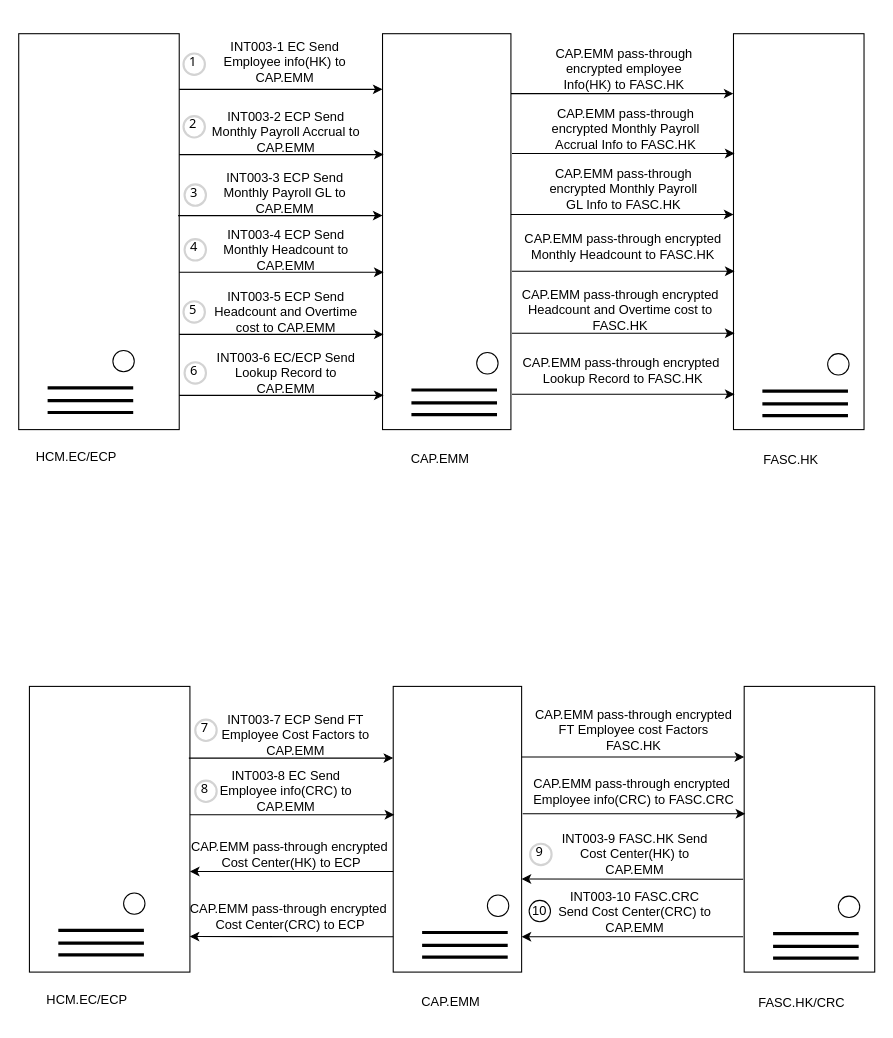
This is page "FASC" (13 of 19) of Untitled Diagram.drawio from wsxad234/flowchart, a draw.io file, before an edit. Source tidied: cells renumbered, new cells numbered last; positions are measured from the earlier drawing's top-left corner, leaving out a move shared by most shapes. Both pictures are drawn from the tidied source at 107%, with x=0, y=0 at pixel (18, 18).
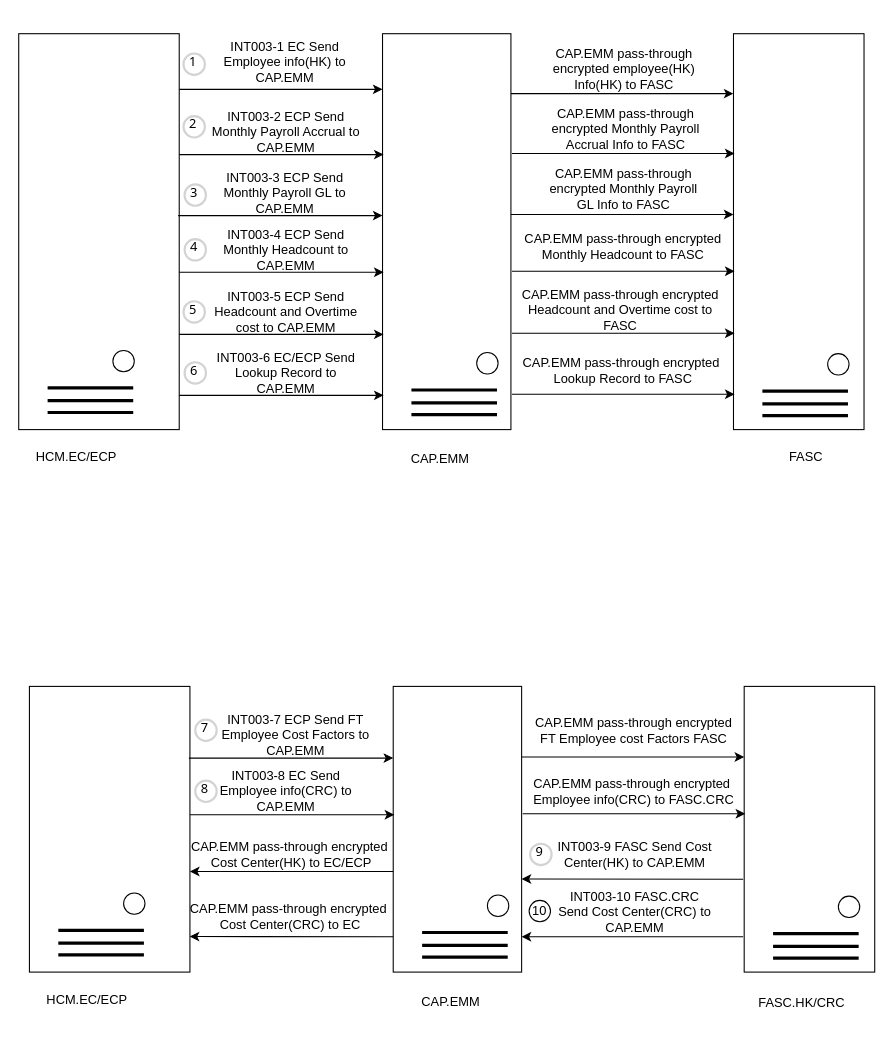
Above is the later version.

Diff of the diagram source:
```diff
@@
-    <mxCell id="11" value="FASC.HK" style="text;html=1;strokeColor=none;fillColor=none;align=center;verticalAlign=middle;whiteSpace=wrap;rounded=0;" parent="1" vertex="1">
-      <mxGeometry x="692" y="398" width="60" height="30" as="geometry" />
+    <mxCell id="11" value="FASC" style="text;html=1;strokeColor=none;fillColor=none;align=center;verticalAlign=middle;whiteSpace=wrap;rounded=0;" parent="1" vertex="1">
+      <mxGeometry x="706" y="395" width="60" height="30" as="geometry" />
     </mxCell>
@@
-    <mxCell id="23" value="CAP.EMM pass-through encrypted employee Info(HK) to FASC.HK" style="text;html=1;strokeColor=none;fillColor=none;align=center;verticalAlign=middle;whiteSpace=wrap;rounded=0;" parent="1" vertex="1">
+    <mxCell id="23" value="CAP.EMM pass-through encrypted employee(HK) Info(HK) to FASC" style="text;html=1;strokeColor=none;fillColor=none;align=center;verticalAlign=middle;whiteSpace=wrap;rounded=0;" parent="1" vertex="1">
       <mxGeometry x="494" y="-0.5" width="144" height="94.5" as="geometry" />
     </mxCell>
@@
-    <mxCell id="27" value="CAP.EMM pass-through encrypted Monthly Payroll Accrual Info to FASC.HK" style="text;html=1;strokeColor=none;fillColor=none;align=center;verticalAlign=middle;whiteSpace=wrap;rounded=0;" parent="1" vertex="1">
+    <mxCell id="27" value="CAP.EMM pass-through encrypted Monthly Payroll Accrual Info to FASC" style="text;html=1;strokeColor=none;fillColor=none;align=center;verticalAlign=middle;whiteSpace=wrap;rounded=0;" parent="1" vertex="1">
       <mxGeometry x="495" y="55.5" width="145" height="94.5" as="geometry" />
     </mxCell>
@@
-    <mxCell id="33" value="CAP.EMM pass-through encrypted Monthly Payroll GL Info to FASC.HK" style="text;html=1;strokeColor=none;fillColor=none;align=center;verticalAlign=middle;whiteSpace=wrap;rounded=0;" parent="1" vertex="1">
+    <mxCell id="33" value="CAP.EMM pass-through encrypted Monthly Payroll GL Info to FASC" style="text;html=1;strokeColor=none;fillColor=none;align=center;verticalAlign=middle;whiteSpace=wrap;rounded=0;" parent="1" vertex="1">
       <mxGeometry x="493" y="111.5" width="145" height="94.5" as="geometry" />
     </mxCell>
@@
-    <mxCell id="38" value="CAP.EMM pass-through encrypted&lt;br&gt;Monthly Headcount to FASC.HK" style="text;html=1;strokeColor=none;fillColor=none;align=center;verticalAlign=middle;whiteSpace=wrap;rounded=0;" parent="1" vertex="1">
+    <mxCell id="38" value="CAP.EMM pass-through encrypted&lt;br&gt;Monthly Headcount to FASC" style="text;html=1;strokeColor=none;fillColor=none;align=center;verticalAlign=middle;whiteSpace=wrap;rounded=0;" parent="1" vertex="1">
       <mxGeometry x="470" y="198" width="190" height="30" as="geometry" />
     </mxCell>
@@
-    <mxCell id="43" value="CAP.EMM pass-through encrypted&lt;br&gt;Headcount and Overtime cost to FASC.HK" style="text;html=1;strokeColor=none;fillColor=none;align=center;verticalAlign=middle;whiteSpace=wrap;rounded=0;" parent="1" vertex="1">
+    <mxCell id="43" value="CAP.EMM pass-through encrypted&lt;br&gt;Headcount and Overtime cost to FASC" style="text;html=1;strokeColor=none;fillColor=none;align=center;verticalAlign=middle;whiteSpace=wrap;rounded=0;" parent="1" vertex="1">
       <mxGeometry x="468" y="257" width="189" height="30" as="geometry" />
     </mxCell>
@@
-    <mxCell id="48" value="CAP.EMM pass-through encrypted&amp;nbsp;&lt;br&gt;Lookup Record to FASC.HK" style="text;html=1;strokeColor=none;fillColor=none;align=center;verticalAlign=middle;whiteSpace=wrap;rounded=0;" parent="1" vertex="1">
+    <mxCell id="48" value="CAP.EMM pass-through encrypted&amp;nbsp;&lt;br&gt;Lookup Record to FASC" style="text;html=1;strokeColor=none;fillColor=none;align=center;verticalAlign=middle;whiteSpace=wrap;rounded=0;" parent="1" vertex="1">
       <mxGeometry x="470" y="314" width="190" height="30" as="geometry" />
     </mxCell>
@@
-    <mxCell id="73" value="INT003-9 FASC.HK Send Cost Center(HK) to CAP.EMM" style="text;html=1;strokeColor=none;fillColor=none;align=center;verticalAlign=middle;whiteSpace=wrap;rounded=0;" parent="1" vertex="1">
+    <mxCell id="73" value="INT003-9 FASC Send Cost Center(HK) to CAP.EMM" style="text;html=1;strokeColor=none;fillColor=none;align=center;verticalAlign=middle;whiteSpace=wrap;rounded=0;" parent="1" vertex="1">
       <mxGeometry x="501" y="766" width="150" height="30" as="geometry" />
     </mxCell>
-    <mxCell id="74" value="CAP.EMM pass-through encrypted&amp;nbsp;&lt;br&gt;Cost Center(HK) to ECP" style="text;html=1;strokeColor=none;fillColor=none;align=center;verticalAlign=middle;whiteSpace=wrap;rounded=0;" parent="1" vertex="1">
+    <mxCell id="74" value="CAP.EMM pass-through encrypted&amp;nbsp;&lt;br&gt;Cost Center(HK) to EC/ECP" style="text;html=1;strokeColor=none;fillColor=none;align=center;verticalAlign=middle;whiteSpace=wrap;rounded=0;" parent="1" vertex="1">
       <mxGeometry x="160" y="766" width="190" height="30" as="geometry" />
     </mxCell>
@@
-    <mxCell id="78" value="CAP.EMM pass-through encrypted FT Employee cost Factors FASC.HK" style="text;html=1;strokeColor=none;fillColor=none;align=center;verticalAlign=middle;whiteSpace=wrap;rounded=0;" parent="1" vertex="1">
+    <mxCell id="78" value="CAP.EMM pass-through encrypted FT Employee cost Factors FASC" style="text;html=1;strokeColor=none;fillColor=none;align=center;verticalAlign=middle;whiteSpace=wrap;rounded=0;" parent="1" vertex="1">
       <mxGeometry x="480" y="650" width="190" height="30" as="geometry" />
     </mxCell>
@@
-    <mxCell id="81" value="CAP.EMM pass-through encrypted&amp;nbsp;&lt;br&gt;Cost Center(CRC) to ECP" style="text;html=1;strokeColor=none;fillColor=none;align=center;verticalAlign=middle;whiteSpace=wrap;rounded=0;" parent="1" vertex="1">
+    <mxCell id="81" value="CAP.EMM pass-through encrypted&amp;nbsp;&lt;br&gt;Cost Center(CRC) to EC" style="text;html=1;strokeColor=none;fillColor=none;align=center;verticalAlign=middle;whiteSpace=wrap;rounded=0;" parent="1" vertex="1">
       <mxGeometry x="159" y="824" width="190" height="30" as="geometry" />
     </mxCell>
```
